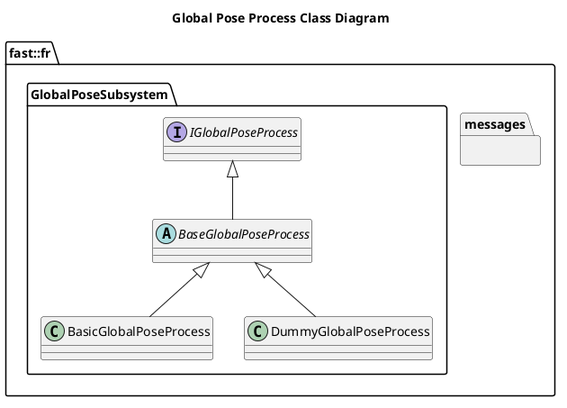
Before: Systems/Pose/Subsystems/GlobalPoseSubsystem/Processes/GlobalPoseProcess/doc/puml/GlobalPoseProcessClassDiagram.png, a diagram exported from PlantUML (fastrobotics/robot_framework).
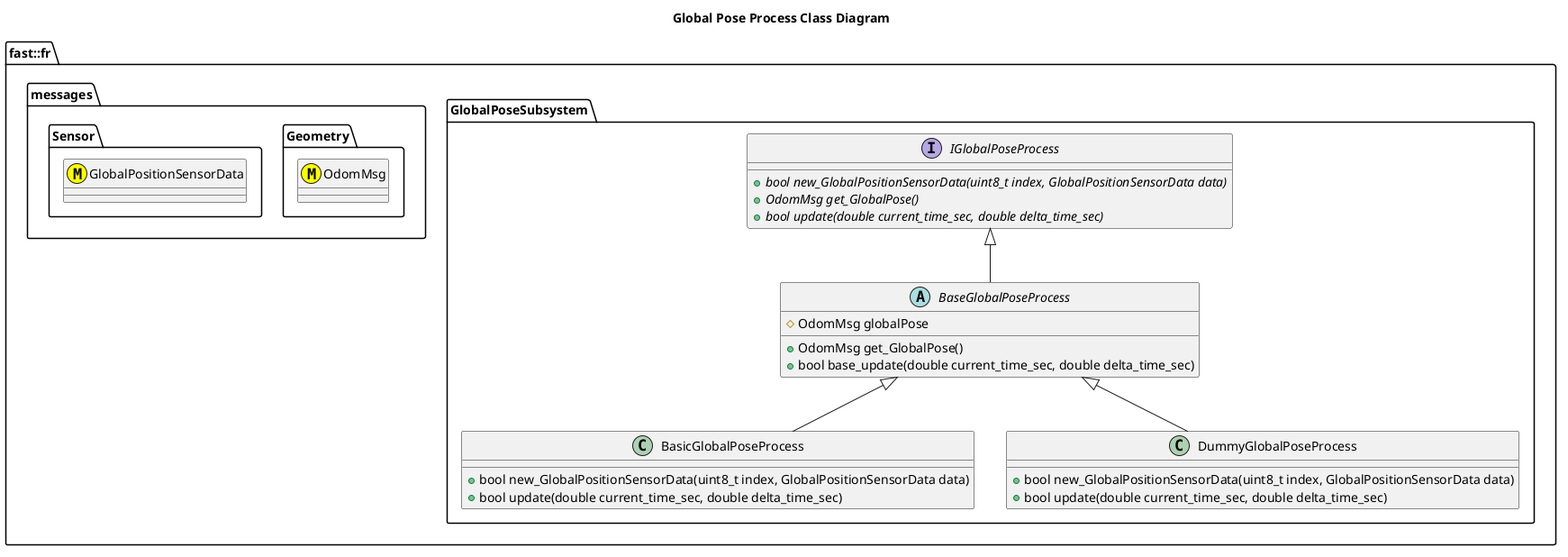
After the commit.

Commit message:
Working on Global Pose Process.

Change to the diagram source:
```diff
@@ -3,22 +3,34 @@
 
 namespace fast::fr {
   namespace messages {
-
+    namespace Sensor {
+      class GlobalPositionSensorData <<(M,#FFFF00)>>
+    }
+    namespace Geometry {
+      class OdomMsg <<(M,#FFFF00)>>
+    }
   }
   namespace GlobalPoseSubsystem {
       interface IGlobalPoseProcess {
-
+        +{abstract} bool new_GlobalPositionSensorData(uint8_t index, GlobalPositionSensorData data)
+        +{abstract} OdomMsg get_GlobalPose()
+        +{abstract} bool update(double current_time_sec, double delta_time_sec)
       }
       abstract BaseGlobalPoseProcess {
+        +OdomMsg get_GlobalPose()
+        +bool base_update(double current_time_sec, double delta_time_sec)
+        #OdomMsg globalPose
 
       }
       BaseGlobalPoseProcess -up-|> IGlobalPoseProcess
       class BasicGlobalPoseProcess {
-
+        +bool new_GlobalPositionSensorData(uint8_t index, GlobalPositionSensorData data)
+        +bool update(double current_time_sec, double delta_time_sec)
       }
       BasicGlobalPoseProcess -up-|> BaseGlobalPoseProcess
       class DummyGlobalPoseProcess {
-
+        +bool new_GlobalPositionSensorData(uint8_t index, GlobalPositionSensorData data)
+        +bool update(double current_time_sec, double delta_time_sec)
       }
       DummyGlobalPoseProcess -up-|> BaseGlobalPoseProcess
   }
```
